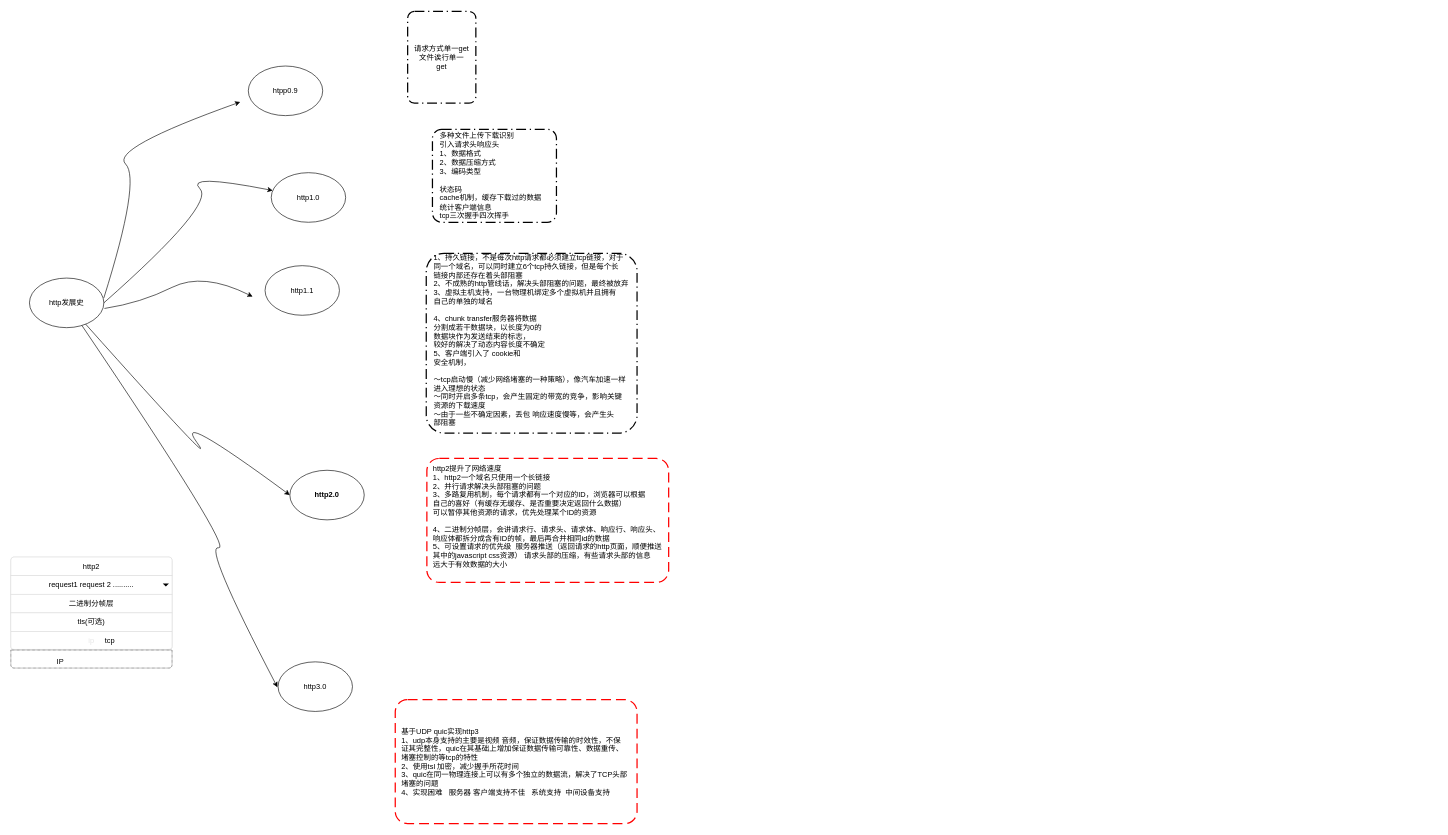
Earlier version of the draw.io diagram http.drawio (ricarduuu/draw). Source tidied: cells renumbered, new cells numbered last; positions are measured from the earlier drawing's top-left corner, leaving out a move shared by most shapes. Both pictures are drawn from the tidied source at 62%, with x=0, y=0 at pixel (11, 11).
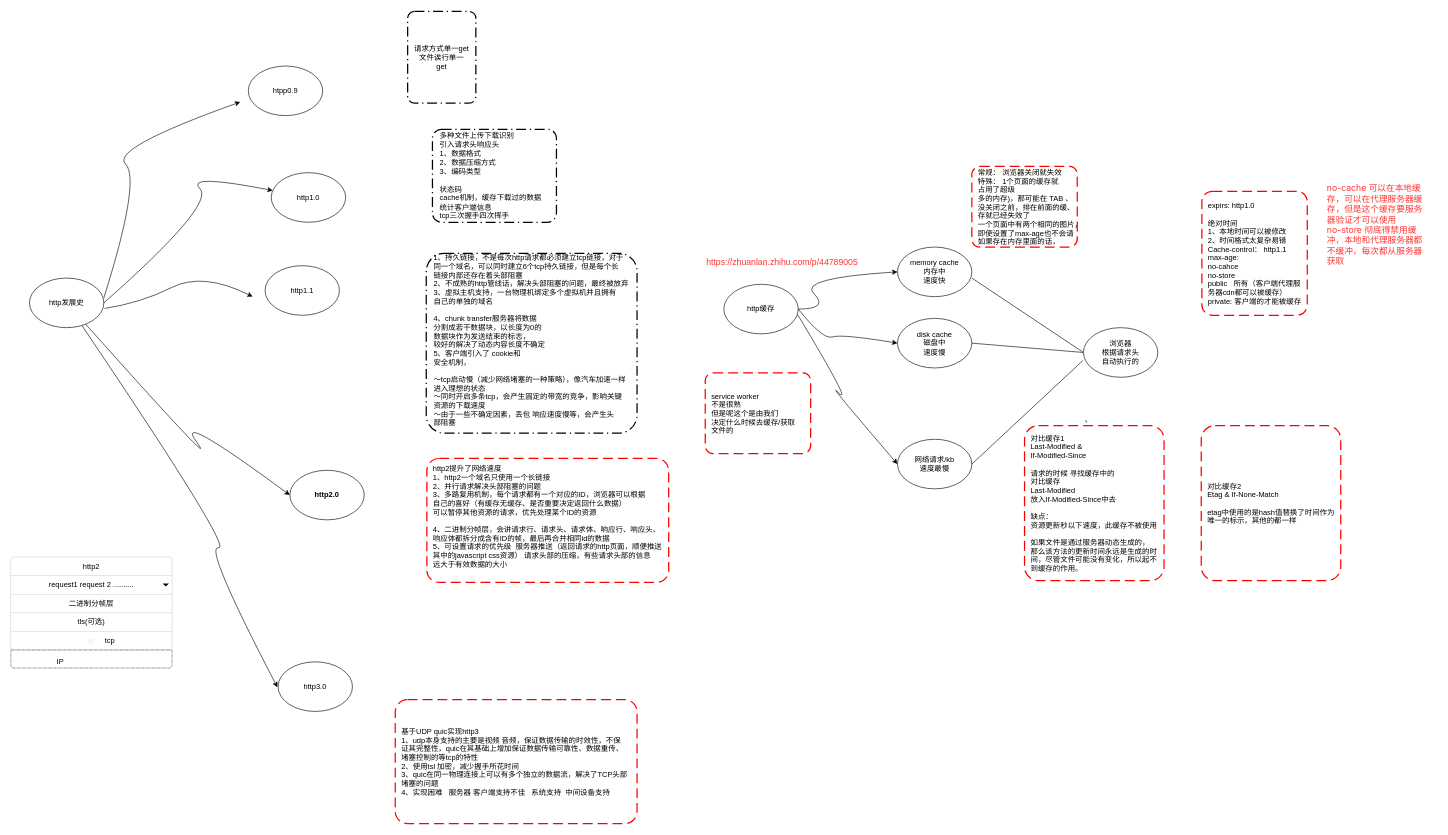
The same page after the edit.

Change to the diagram source:
```diff
@@
+    <mxCell id="28" value="http缓存" style="ellipse;whiteSpace=wrap;html=1;" parent="1" vertex="1">
+      <mxGeometry x="1150" y="440" width="120" height="80" as="geometry" />
+    </mxCell>
+    <mxCell id="29" style="curved=1;endArrow=classic;html=1;" parent="1" edge="1">
+      <mxGeometry relative="1" as="geometry">
+        <mxPoint x="1270" y="480" as="sourcePoint" />
+        <mxPoint x="1430" y="420" as="targetPoint" />
+        <Array as="points">
+          <mxPoint x="1320" y="480" />
+          <mxPoint x="1270" y="430" />
+        </Array>
+      </mxGeometry>
+    </mxCell>
+    <mxCell id="30" style="curved=1;endArrow=classic;html=1;exitX=1;exitY=0.5;exitDx=0;exitDy=0;entryX=0;entryY=0.5;entryDx=0;entryDy=0;" parent="1" edge="1" source="28" target="31">
+      <mxGeometry relative="1" as="geometry">
+        <Array as="points">
+          <mxPoint x="1310" y="530" />
+          <mxPoint x="1340" y="520" />
+        </Array>
+      </mxGeometry>
+    </mxCell>
+    <mxCell id="31" value="disk cache&lt;br&gt;磁盘中&lt;br&gt;速度慢" style="ellipse;whiteSpace=wrap;html=1;" parent="1" vertex="1">
+      <mxGeometry x="1430" y="495" width="120" height="80" as="geometry" />
+    </mxCell>
+    <mxCell id="32" value="memory cache&lt;br&gt;内存中&lt;br&gt;速度快&lt;br&gt;" style="ellipse;whiteSpace=wrap;html=1;" parent="1" vertex="1">
+      <mxGeometry x="1430" y="380" width="120" height="80" as="geometry" />
+    </mxCell>
+    <mxCell id="33" style="curved=1;endArrow=classic;html=1;exitX=0.992;exitY=0.613;exitDx=0;exitDy=0;exitPerimeter=0;entryX=0;entryY=0.5;entryDx=0;entryDy=0;" parent="1" edge="1" source="28" target="34">
+      <mxGeometry relative="1" as="geometry">
+        <Array as="points">
+          <mxPoint x="1360" y="640" />
+          <mxPoint x="1310" y="590" />
+        </Array>
+      </mxGeometry>
+    </mxCell>
+    <mxCell id="34" value="网络请求/kb&lt;br&gt;速度最慢" style="ellipse;whiteSpace=wrap;html=1;" parent="1" vertex="1">
+      <mxGeometry x="1430" y="690" width="120" height="80" as="geometry" />
+    </mxCell>
+    <mxCell id="35" value="、" style="text;html=1;align=center;verticalAlign=middle;" parent="1" vertex="1">
+      <mxGeometry x="1723" y="648" width="30" height="20" as="geometry" />
+    </mxCell>
+    <mxCell id="36" style="endArrow=none;html=1;" parent="1" edge="1">
+      <mxGeometry relative="1" as="geometry">
+        <mxPoint x="1550" y="430" as="sourcePoint" />
+        <mxPoint x="1730" y="550" as="targetPoint" />
+      </mxGeometry>
+    </mxCell>
+    <mxCell id="37" style="endArrow=none;html=1;entryX=0;entryY=0.5;entryDx=0;entryDy=0;" parent="1" edge="1" target="39">
+      <mxGeometry relative="1" as="geometry">
+        <mxPoint x="1550" y="535" as="sourcePoint" />
+      </mxGeometry>
+    </mxCell>
+    <mxCell id="38" style="endArrow=none;html=1;entryX=-0.008;entryY=0.663;entryDx=0;entryDy=0;entryPerimeter=0;" parent="1" edge="1" target="39">
+      <mxGeometry relative="1" as="geometry">
+        <mxPoint x="1550" y="730" as="sourcePoint" />
+      </mxGeometry>
+    </mxCell>
+    <mxCell id="39" value="浏览器&lt;br&gt;根据请求头&lt;br&gt;自动执行的" style="ellipse;whiteSpace=wrap;html=1;" parent="1" vertex="1">
+      <mxGeometry x="1730" y="510" width="120" height="80" as="geometry" />
+    </mxCell>
+    <mxCell id="40" value="service worker&#10;不是很熟&#10;但是呢这个是由我们&#10;决定什么时候去缓存/获取&#10;文件的" style="rounded=1;arcSize=10;dashed=1;strokeColor=#ff0000;fillColor=none;gradientColor=none;dashPattern=8 4;strokeWidth=2;align=left;spacingLeft=8;spacingRight=8;" parent="1" vertex="1">
+      <mxGeometry x="1120" y="583" width="170" height="130" as="geometry" />
+    </mxCell>
+    <mxCell id="41" value="常规： 浏览器关闭就失效&#10;特殊： 1个页面的缓存就&#10;占用了超级&#10;多的内存)，那可能在 TAB 、&#10;没关闭之前，排在前面的缓、&#10;存就已经失效了&#10;一个页面中有两个相同的图片，&#10;即使设置了max-age也不会请&#10;如果存在内存里面的话，" style="rounded=1;arcSize=10;dashed=1;strokeColor=#ff0000;fillColor=none;gradientColor=none;dashPattern=8 4;strokeWidth=2;align=left;spacingLeft=8;spacingRight=8;" parent="1" vertex="1">
+      <mxGeometry x="1550" y="250" width="170" height="130" as="geometry" />
+    </mxCell>
+    <mxCell id="42" value="expirs: http1.0&#10;&#10;绝对时间&#10;1、本地时间可以被修改&#10;2、时间格式太复杂易错&#10;Cache-control： http1.1&#10;max-age:&#10;no-cahce&#10;no-store&#10;public   所有（客户端代理服&#10;务器cdn都可以被缓存）&#10;private: 客户端的才能被缓存" style="rounded=1;arcSize=10;dashed=1;strokeColor=#ff0000;fillColor=none;gradientColor=none;dashPattern=8 4;strokeWidth=2;align=left;spacingLeft=8;spacingRight=8;" parent="1" vertex="1">
+      <mxGeometry x="1921" y="290" width="170" height="200" as="geometry" />
+    </mxCell>
+    <mxCell id="43" value="&lt;h1 style=&quot;font-size: 14px;&quot;&gt;&lt;span style=&quot;font-family: &amp;quot;microsoft yahei&amp;quot;, &amp;quot;sf pro display&amp;quot;, roboto, noto, arial, &amp;quot;pingfang sc&amp;quot;, sans-serif; font-size: 14px; font-weight: 400; background-color: rgb(255, 255, 255);&quot;&gt;no-cache 可以在本地缓存，可以在代理服务器缓存，但是这个缓存要服务器验证才可以使用&lt;/span&gt;&lt;br style=&quot;box-sizing: border-box; outline: 0px; margin: 0px; padding: 0px; overflow-wrap: break-word; font-family: &amp;quot;microsoft yahei&amp;quot;, &amp;quot;sf pro display&amp;quot;, roboto, noto, arial, &amp;quot;pingfang sc&amp;quot;, sans-serif; font-size: 14px; font-weight: 400; background-color: rgb(255, 255, 255);&quot;&gt;&lt;span style=&quot;font-family: &amp;quot;microsoft yahei&amp;quot;, &amp;quot;sf pro display&amp;quot;, roboto, noto, arial, &amp;quot;pingfang sc&amp;quot;, sans-serif; font-size: 14px; font-weight: 400; background-color: rgb(255, 255, 255);&quot;&gt;no-store 彻底得禁用缓冲，本地和代理服务器都不缓冲，每次都从服务器获取&lt;/span&gt;&lt;br style=&quot;font-size: 14px;&quot;&gt;&lt;/h1&gt;" style="text;html=1;strokeColor=none;fillColor=none;spacing=5;spacingTop=-7;whiteSpace=wrap;overflow=hidden;rounded=0;fontSize=14;fontColor=#FF3333;spacingLeft=8;spacingRight=9;spacingBottom=9;" parent="1" vertex="1">
+      <mxGeometry x="2110" y="265" width="190" height="235" as="geometry" />
+    </mxCell>
+    <mxCell id="44" value="https://zhuanlan.zhihu.com/p/44789005" style="text;html=1;fontSize=14;fontColor=#FF3333;" parent="1" vertex="1">
+      <mxGeometry x="1120" y="390" width="270" height="30" as="geometry" />
+    </mxCell>
+    <mxCell id="45" value="对比缓存1&#10;Last-Modified &amp; &#10;If-Modified-Since&#10;&#10;请求的时候 寻找缓存中的&#10;对比缓存&#10;Last-Modified &#10;放入If-Modified-Since中去&#10;&#10;缺点：&#10;资源更新秒以下速度，此缓存不被使用&#10;&#10;如果文件是通过服务器动态生成的，&#10;那么该方法的更新时间永远是生成的时&#10;间，尽管文件可能没有变化，所以起不&#10;到缓存的作用。" style="rounded=1;arcSize=10;dashed=1;strokeColor=#ff0000;fillColor=none;gradientColor=none;dashPattern=8 4;strokeWidth=2;align=left;spacingLeft=8;spacingRight=8;" parent="1" vertex="1">
+      <mxGeometry x="1635" y="668" width="225" height="250" as="geometry" />
+    </mxCell>
+    <mxCell id="46" value="对比缓存2&#10;Etag &amp; If-None-Match&#10;&#10;etag中使用的是hash值替换了时间作为&#10;唯一的标示，其他的都一样" style="rounded=1;arcSize=10;dashed=1;strokeColor=#ff0000;fillColor=none;gradientColor=none;dashPattern=8 4;strokeWidth=2;align=left;spacingLeft=8;spacingRight=8;" parent="1" vertex="1">
+      <mxGeometry x="1920" y="668" width="225" height="250" as="geometry" />
+    </mxCell>
```
